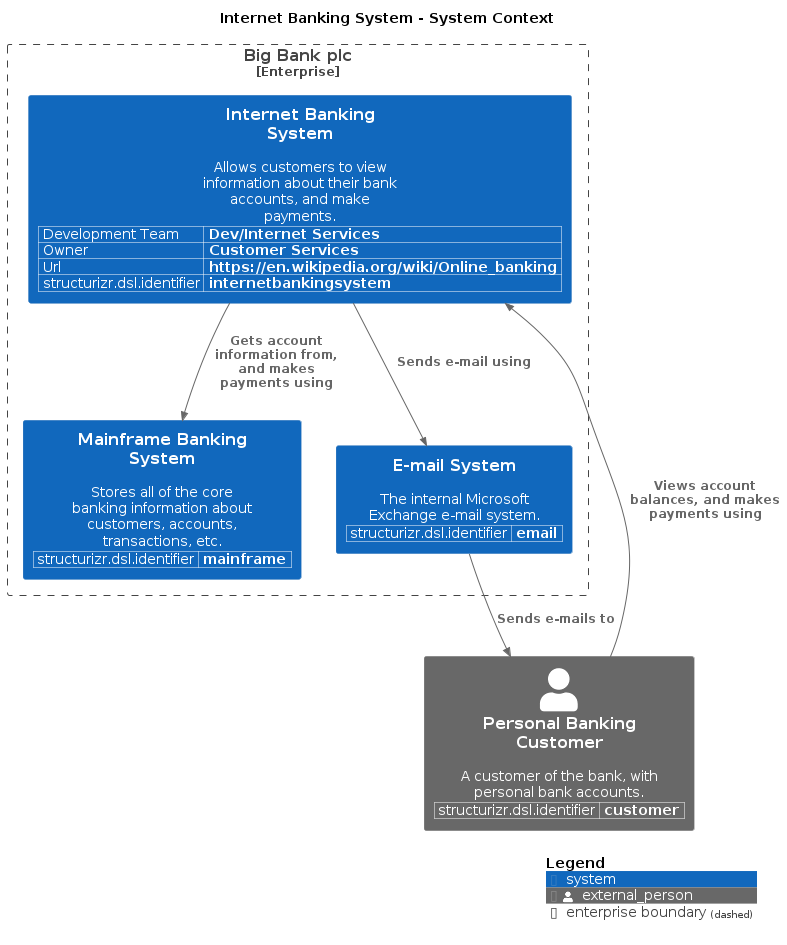
Above: main/png/SystemContext.png in avisi-cloud/structurizr-site-generatr (PlantUML), before the change.
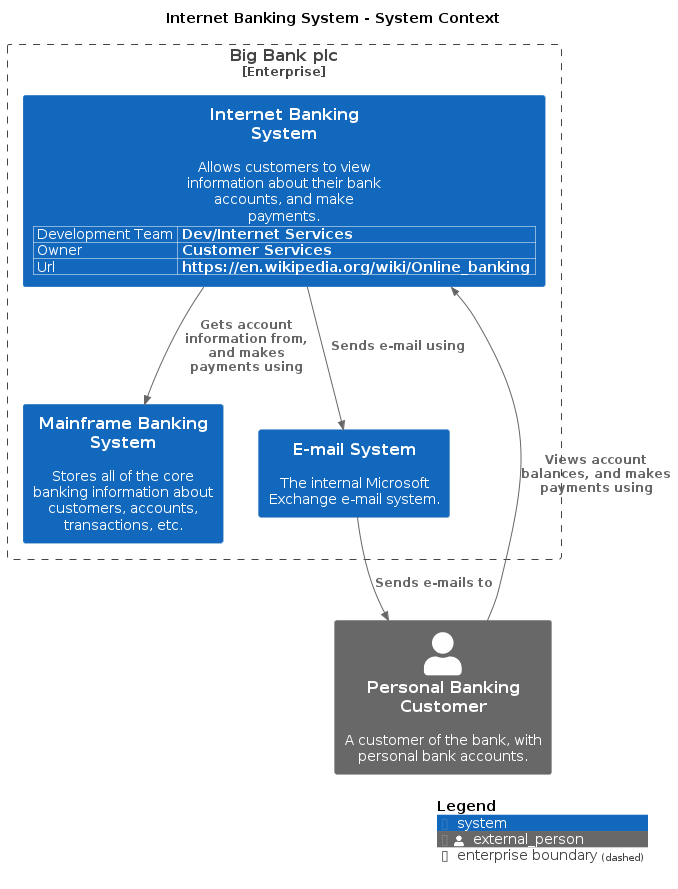
After the commit.

Diff of the diagram source:
```diff
@@ -8,22 +8,15 @@
 !include /home/runner/work/structurizr-site-generatr/structurizr-site-generatr/build/puml-cache/C4_Context.puml
 
 Enterprise_Boundary(enterprise, "Big Bank plc") {
-  WithoutPropertyHeader()
-  AddProperty("structurizr.dsl.identifier","mainframe")
   System(MainframeBankingSystem, "Mainframe Banking System", "Stores all of the core banking information about customers, accounts, transactions, etc.", $tags="")
-  WithoutPropertyHeader()
-  AddProperty("structurizr.dsl.identifier","email")
   System(EmailSystem, "E-mail System", "The internal Microsoft Exchange e-mail system.", $tags="")
   WithoutPropertyHeader()
   AddProperty("Development Team","Dev/Internet Services")
   AddProperty("Owner","Customer Services")
   AddProperty("Url","https://en.wikipedia.org/wiki/Online_banking")
-  AddProperty("structurizr.dsl.identifier","internetbankingsystem")
   System(InternetBankingSystem, "Internet Banking System", "Allows customers to view information about their bank accounts, and make payments.", $tags="")
 }
 
-WithoutPropertyHeader()
-AddProperty("structurizr.dsl.identifier","customer")
 Person_Ext(PersonalBankingCustomer, "Personal Banking Customer", "A customer of the bank, with personal bank accounts.", $tags="")
 
 Rel_D(PersonalBankingCustomer, InternetBankingSystem, "Views account balances, and makes payments using", $tags="")
```
